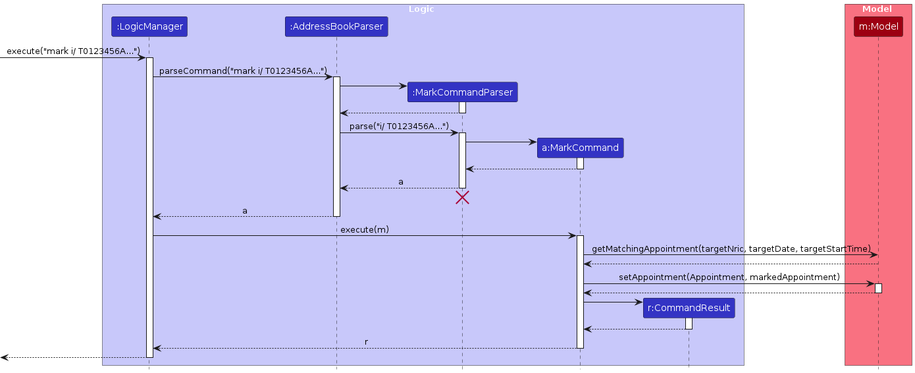
The PlantUML diagram diagrams/MarkApptSequenceDiagram.png in AY2324S2-CS2103T-F10-3/tp, before a commit. Its source is kept beside it as diagrams/MarkApptSequenceDiagram.puml. Source of this version:
```plantuml
@startuml
!include style.puml
skinparam ArrowFontStyle plain

box Logic LOGIC_COLOR_T1
participant ":LogicManager" as LogicManager LOGIC_COLOR
participant ":AddressBookParser" as AddressBookParser LOGIC_COLOR
participant ":MarkCommandParser" as MarkCommandParser LOGIC_COLOR
participant "a:MarkCommand" as MarkCommand LOGIC_COLOR
participant "r:CommandResult" as CommandResult LOGIC_COLOR
end box

box Model MODEL_COLOR_T1
participant "m:Model" as Model MODEL_COLOR
end box

[-> LogicManager : execute("mark i/ T0123456A...")
activate LogicManager

LogicManager -> AddressBookParser : parseCommand("mark i/ T0123456A...")
activate AddressBookParser

create MarkCommandParser
AddressBookParser -> MarkCommandParser
activate MarkCommandParser

MarkCommandParser --> AddressBookParser
deactivate MarkCommandParser

AddressBookParser -> MarkCommandParser : parse("i/ T0123456A...")
activate MarkCommandParser

create MarkCommand
MarkCommandParser -> MarkCommand
activate MarkCommand

MarkCommand --> MarkCommandParser :
deactivate MarkCommand

MarkCommandParser --> AddressBookParser : a
deactivate MarkCommandParser
MarkCommandParser -[hidden]-> AddressBookParser
destroy MarkCommandParser

AddressBookParser --> LogicManager : a
deactivate AddressBookParser

LogicManager -> MarkCommand : execute(m)
activate MarkCommand

MarkCommand -> Model : getMatchingAppointment(targetNric, targetDate, targetStartTime)
Model --> MarkCommand
MarkCommand -> Model : setAppointment(Appointment, markedAppointment)
activate Model
Model --> MarkCommand
deactivate Model

create CommandResult
MarkCommand -> CommandResult
activate CommandResult

CommandResult --> MarkCommand
deactivate CommandResult

MarkCommand --> LogicManager : r
deactivate MarkCommand

[<--LogicManager
deactivate LogicManager
@enduml
```
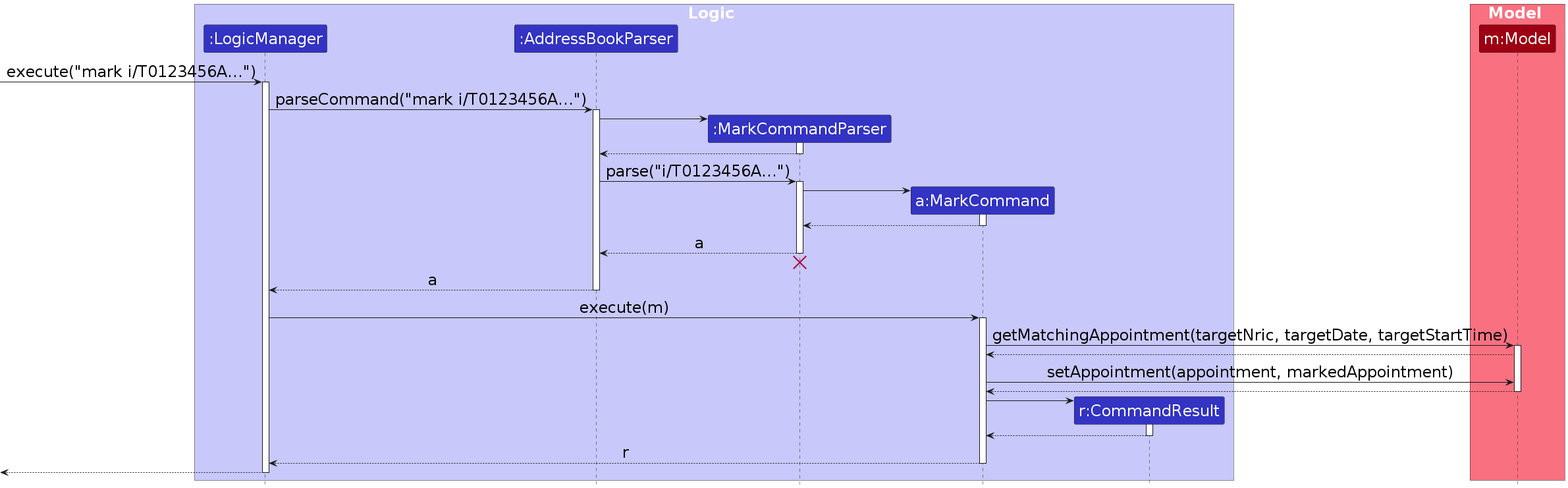
The same file after the commit.

Diff of the diagram source:
```diff
@@ -1,6 +1,7 @@
 @startuml
 !include style.puml
 skinparam ArrowFontStyle plain
+skinparam defaultFontSize 24
 
 box Logic LOGIC_COLOR_T1
 participant ":LogicManager" as LogicManager LOGIC_COLOR
@@ -14,10 +15,10 @@
 participant "m:Model" as Model MODEL_COLOR
 end box
 
-[-> LogicManager : execute("mark i/ T0123456A...")
+[-> LogicManager : execute("mark i/T0123456A...")
 activate LogicManager
 
-LogicManager -> AddressBookParser : parseCommand("mark i/ T0123456A...")
+LogicManager -> AddressBookParser : parseCommand("mark i/T0123456A...")
 activate AddressBookParser
 
 create MarkCommandParser
@@ -27,7 +28,7 @@
 MarkCommandParser --> AddressBookParser
 deactivate MarkCommandParser
 
-AddressBookParser -> MarkCommandParser : parse("i/ T0123456A...")
+AddressBookParser -> MarkCommandParser : parse("i/T0123456A...")
 activate MarkCommandParser
 
 create MarkCommand
@@ -49,9 +50,9 @@
 activate MarkCommand
 
 MarkCommand -> Model : getMatchingAppointment(targetNric, targetDate, targetStartTime)
+activate Model
 Model --> MarkCommand
-MarkCommand -> Model : setAppointment(Appointment, markedAppointment)
-activate Model
+MarkCommand -> Model : setAppointment(appointment, markedAppointment)
 Model --> MarkCommand
 deactivate Model
 
```
